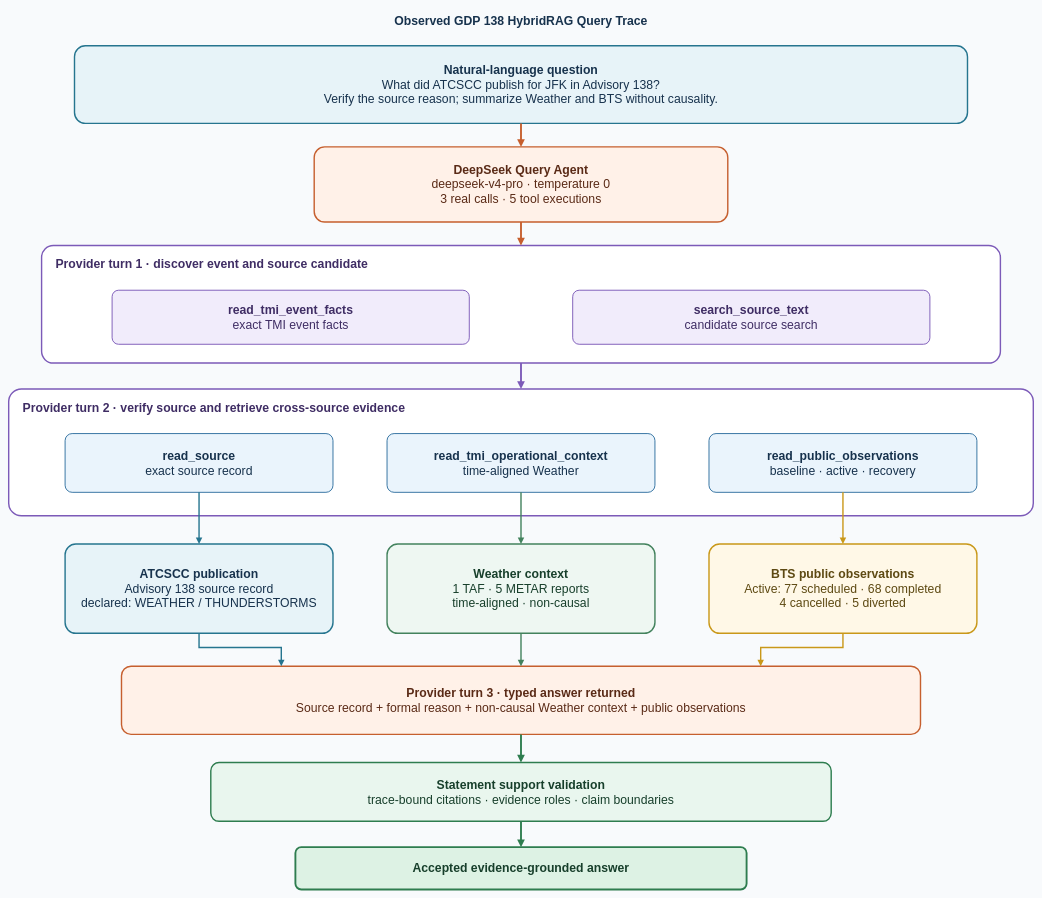
Earlier version of the draw.io diagram docs/figures/flagship_gdp138_live_trace.drawio (exordor/aviation_agentic_ai). Source tidied: cells renumbered, new cells numbered last; positions are measured from the earlier drawing's top-left corner, leaving out a move shared by most shapes. Both pictures are drawn from the tidied source at 47%, with x=0, y=0 at pixel (8, 8).
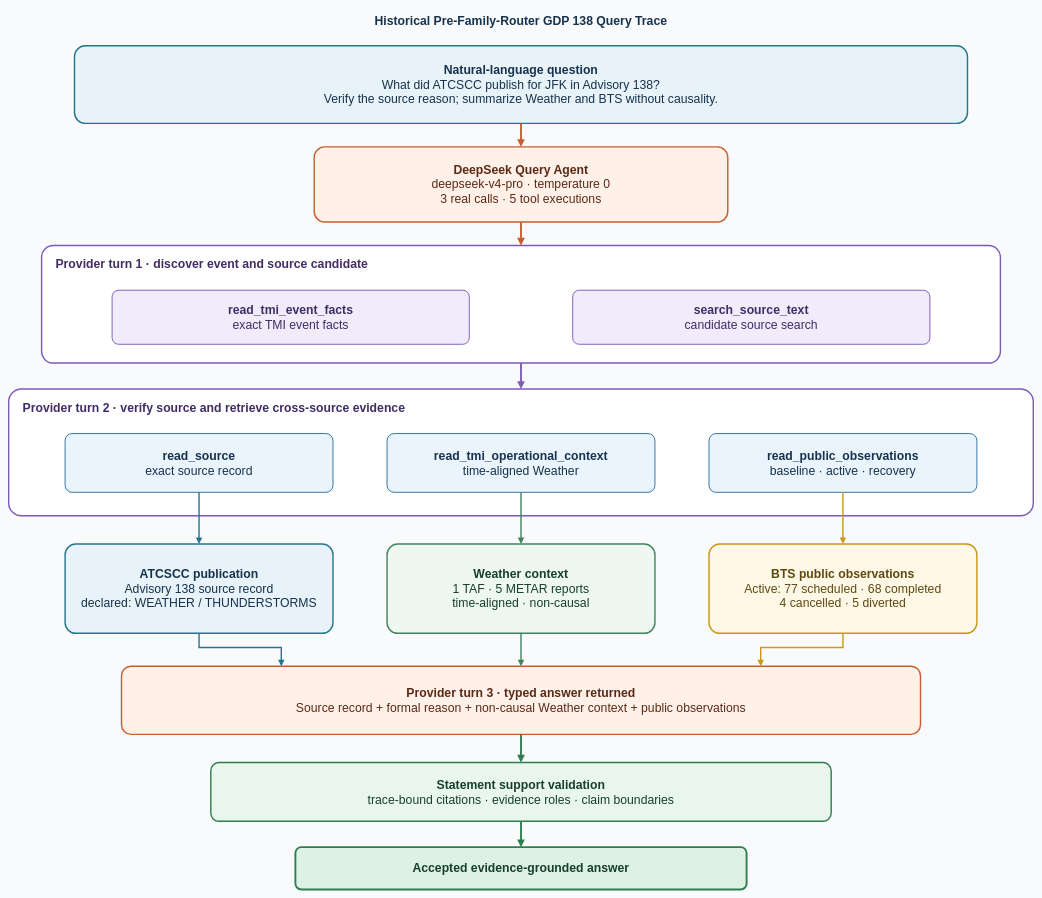
The same page after the edit.

What changed in the source:
```diff
@@
-    <mxCell id="2" value="Observed GDP 138 HybridRAG Query Trace" style="text;html=1;strokeColor=none;fillColor=none;align=center;verticalAlign=middle;whiteSpace=wrap;fontFamily=Helvetica;fontSize=26;fontStyle=1;fontColor=#17324D;" parent="1" vertex="1">
+    <mxCell id="2" value="Historical Pre-Family-Router GDP 138 Query Trace" style="text;html=1;strokeColor=none;fillColor=none;align=center;verticalAlign=middle;whiteSpace=wrap;fontFamily=Helvetica;fontSize=26;fontStyle=1;fontColor=#17324D;" parent="1" vertex="1">
       <mxGeometry x="140" width="1900" height="55" as="geometry" />
     </mxCell>
```
